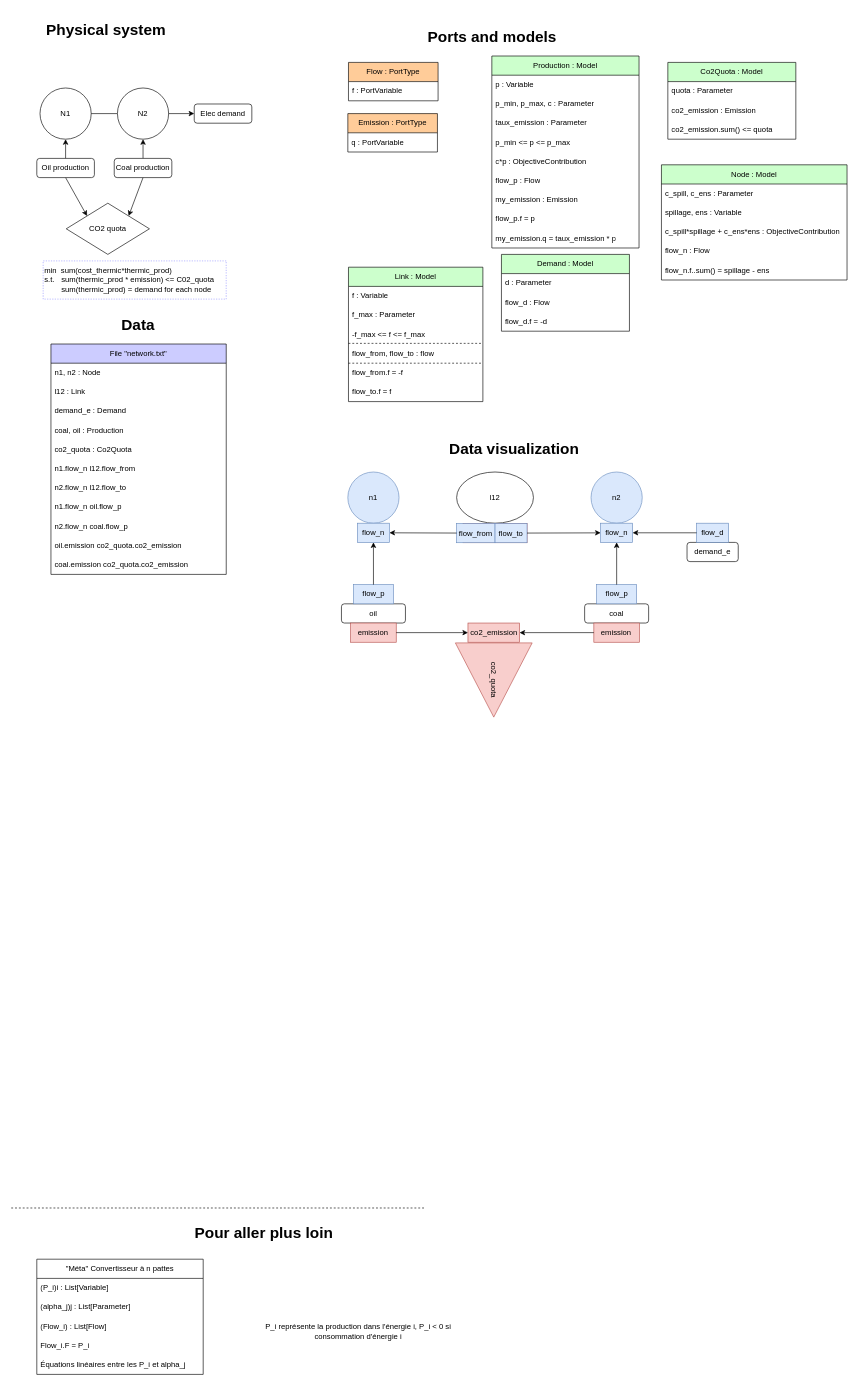
This is models-design/systems/co2_quota.drawio from AntaresSimulatorTeam/andromede-modeling-prototype, a draw.io file, before an edit. Source tidied: cells renumbered, new cells numbered last; positions are measured from the earlier drawing's top-left corner, leaving out a move shared by most shapes. Both pictures are drawn from the tidied source at 64%, with x=0, y=0 at pixel (11, 17).
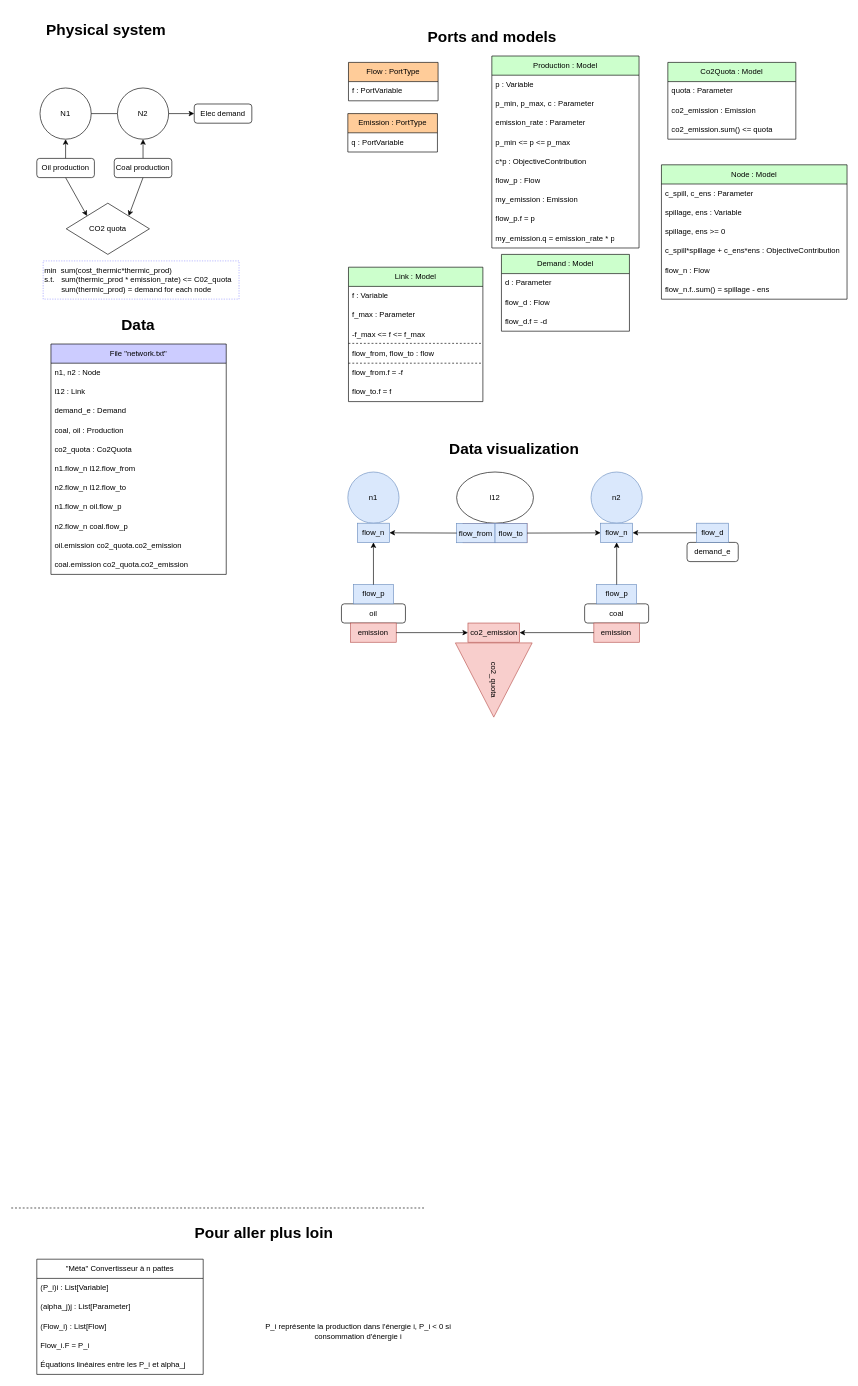
Above is the later version.

Commit message (it also covers changes not shown here):
Specify ens,spill sign and translate emission rate

The change refers to these unchanged cells:
```xml
<mxCell id="61" style="group;" parent="1" vertex="1">
  <mxGeometry x="527" y="70" width="699" height="540" as="geometry" />
</mxCell>
<mxCell id="89" value="Production : Model" style="swimlane;fontStyle=0;horizontal=1;startSize=30;whiteSpace=wrap;html=1;fillColor=#CCFFCC;fontColor=#000000;" parent="61" vertex="1">
  <mxGeometry x="224" y="-10" width="230" height="300" as="geometry" />
</mxCell>
```

The edit, as a diff of the source:
```diff
@@
     <mxCell id="83" value="Node : Model" style="swimlane;fontStyle=0;horizontal=1;startSize=30;whiteSpace=wrap;html=1;fillColor=#CCFFCC;fontColor=#000000;" parent="61" vertex="1">
-      <mxGeometry x="489" y="160" width="290" height="180" as="geometry" />
+      <mxGeometry x="489" y="160" width="290" height="210" as="geometry" />
     </mxCell>
@@
+    <mxCell id="113" value="spillage, ens &amp;gt;= 0" style="text;strokeColor=none;fillColor=none;align=left;verticalAlign=middle;spacingLeft=4;spacingRight=4;overflow=hidden;whiteSpace=wrap;html=1;" parent="83" vertex="1">
+      <mxGeometry y="90" width="290" height="30" as="geometry" />
+    </mxCell>
     <mxCell id="86" value="c_spill*spillage + c_ens*ens : ObjectiveContribution" style="text;strokeColor=none;fillColor=none;align=left;verticalAlign=middle;spacingLeft=4;spacingRight=4;overflow=hidden;whiteSpace=wrap;html=1;" parent="83" vertex="1">
-      <mxGeometry y="90" width="290" height="30" as="geometry" />
+      <mxGeometry y="120" width="290" height="30" as="geometry" />
     </mxCell>
     <mxCell id="87" value="flow_n : Flow" style="text;strokeColor=none;fillColor=none;align=left;verticalAlign=middle;spacingLeft=4;spacingRight=4;overflow=hidden;whiteSpace=wrap;html=1;" parent="83" vertex="1">
-      <mxGeometry y="120" width="290" height="30" as="geometry" />
+      <mxGeometry y="150" width="290" height="30" as="geometry" />
     </mxCell>
     <mxCell id="88" value="flow_n.f..sum() = spillage - ens" style="text;strokeColor=none;fillColor=none;align=left;verticalAlign=middle;spacingLeft=4;spacingRight=4;overflow=hidden;whiteSpace=wrap;html=1;" parent="83" vertex="1">
-      <mxGeometry y="150" width="290" height="30" as="geometry" />
+      <mxGeometry y="180" width="290" height="30" as="geometry" />
     </mxCell>
@@
-    <mxCell id="92" value="taux_emission : Parameter" style="text;strokeColor=none;fillColor=none;align=left;verticalAlign=middle;spacingLeft=4;spacingRight=4;overflow=hidden;whiteSpace=wrap;html=1;" parent="89" vertex="1">
+    <mxCell id="92" value="emission_rate : Parameter" style="text;strokeColor=none;fillColor=none;align=left;verticalAlign=middle;spacingLeft=4;spacingRight=4;overflow=hidden;whiteSpace=wrap;html=1;" parent="89" vertex="1">
       <mxGeometry y="90" width="230" height="30" as="geometry" />
     </mxCell>
@@
-    <mxCell id="98" value="my_emission.q = taux_emission * p" style="text;strokeColor=none;fillColor=none;align=left;verticalAlign=middle;spacingLeft=4;spacingRight=4;overflow=hidden;whiteSpace=wrap;html=1;" parent="89" vertex="1">
+    <mxCell id="98" value="my_emission.q = emission_rate * p" style="text;strokeColor=none;fillColor=none;align=left;verticalAlign=middle;spacingLeft=4;spacingRight=4;overflow=hidden;whiteSpace=wrap;html=1;" parent="89" vertex="1">
       <mxGeometry y="270" width="230" height="30" as="geometry" />
     </mxCell>
@@
-    <mxCell id="112" value="min&amp;nbsp; sum(cost_thermic*thermic_prod)&lt;br&gt;s.t.&amp;nbsp; &lt;span style=&quot;white-space: pre;&quot;&gt;&#9;&lt;/span&gt;sum(thermic_prod * emission) &amp;lt;= C02_quota&lt;br&gt;&lt;span style=&quot;white-space: pre;&quot;&gt;&#9;&lt;/span&gt;sum(thermic_prod) = demand for each node" style="text;html=1;strokeColor=#CCCCFF;fillColor=none;align=left;verticalAlign=middle;whiteSpace=wrap;rounded=0;dashed=1;dashPattern=1 1;strokeWidth=2;" parent="1" vertex="1">
-      <mxGeometry x="50" y="380" width="286" height="60" as="geometry" />
+    <mxCell id="112" value="min&amp;nbsp; sum(cost_thermic*thermic_prod)&lt;br&gt;s.t.&amp;nbsp; &lt;span style=&quot;white-space: pre;&quot;&gt;&#9;&lt;/span&gt;sum(thermic_prod * emission_rate) &amp;lt;= C02_quota&lt;br&gt;&lt;span style=&quot;white-space: pre;&quot;&gt;&#9;&lt;/span&gt;sum(thermic_prod) = demand for each node" style="text;html=1;strokeColor=#CCCCFF;fillColor=none;align=left;verticalAlign=middle;whiteSpace=wrap;rounded=0;dashed=1;dashPattern=1 1;strokeWidth=2;" parent="1" vertex="1">
+      <mxGeometry x="50" y="380" width="306" height="60" as="geometry" />
     </mxCell>
```
